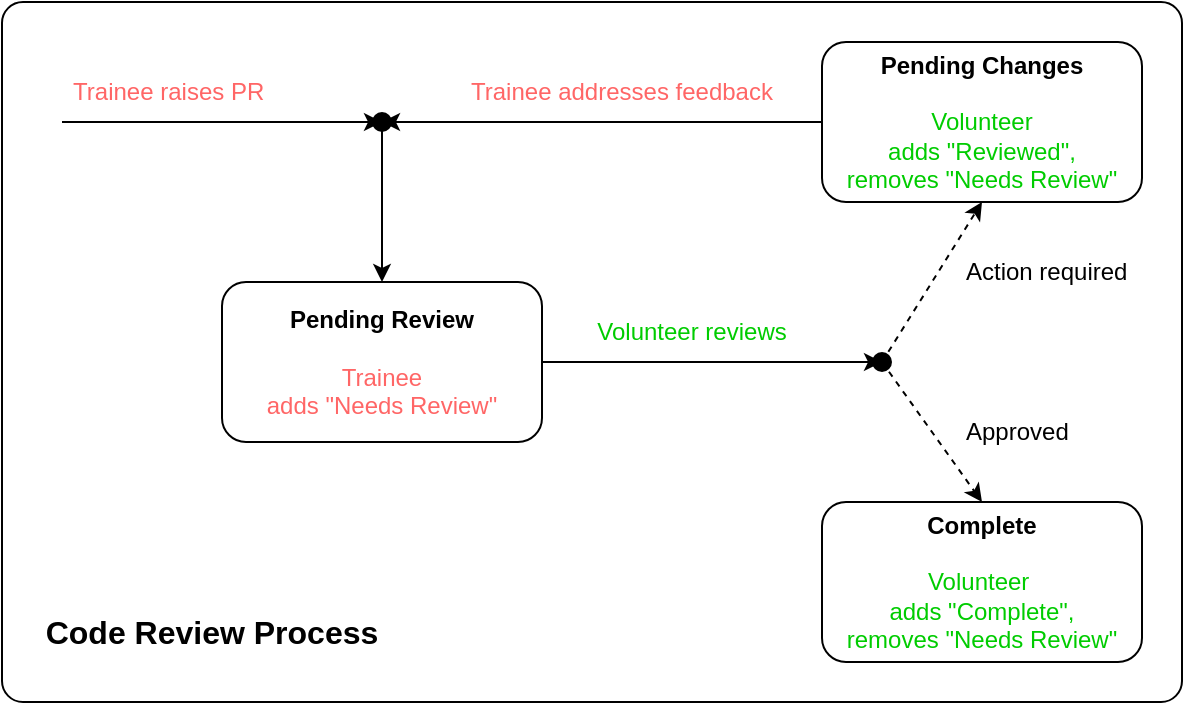
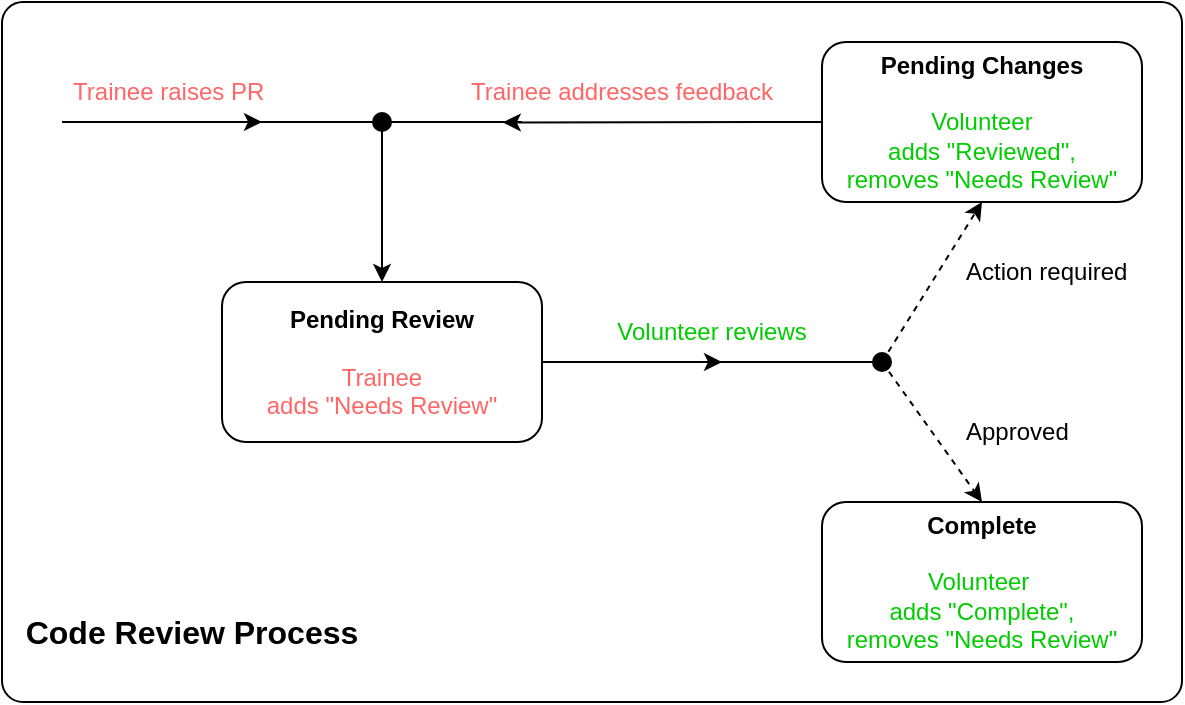
<mxfile host="app.diagrams.net">
  <diagram name="Page-1" id="8Y0jhFyZET13FULPlayK">
-     <mxGraphModel dx="1352" dy="791" grid="1" gridSize="10" guides="1" tooltips="1" connect="1" arrows="1" fold="1" page="1" pageScale="1" pageWidth="827" pageHeight="1169" math="0" shadow="0">
+     <mxGraphModel dx="932" dy="546" grid="1" gridSize="10" guides="1" tooltips="1" connect="1" arrows="1" fold="1" page="1" pageScale="1" pageWidth="827" pageHeight="1169" math="0" shadow="0">
      <root>
        <mxCell id="0" />
        <mxCell id="1" parent="0" />
        <mxCell id="gB5t9e8_fdN2MF5tykgO-50" parent="1" style="rounded=1;whiteSpace=wrap;html=1;fillColor=#FFFFFF;arcSize=3;strokeColor=#000000;" value="" vertex="1">
          <mxGeometry height="350" width="590" x="110" y="140" as="geometry" />
        </mxCell>
        <mxCell id="gB5t9e8_fdN2MF5tykgO-2" edge="1" parent="1" source="gB5t9e8_fdN2MF5tykgO-43" style="endArrow=classic;html=1;rounded=0;entryX=0.5;entryY=1;entryDx=0;entryDy=0;exitX=0.7;exitY=0.275;exitDx=0;exitDy=0;exitPerimeter=0;dashed=1;strokeWidth=1;fillColor=#f5f5f5;strokeColor=#000000;" target="gB5t9e8_fdN2MF5tykgO-16" value="">
          <mxGeometry height="50" relative="1" width="50" as="geometry">
            <mxPoint x="500" y="290" as="sourcePoint" />
            <mxPoint x="600" y="250" as="targetPoint" />
          </mxGeometry>
        </mxCell>
        <mxCell id="gB5t9e8_fdN2MF5tykgO-15" parent="1" style="rounded=1;whiteSpace=wrap;html=1;fillColor=none;strokeColor=#000000;" value="&lt;div&gt;&lt;b&gt;&lt;font style=&quot;color: rgb(0, 0, 0);&quot;&gt;Pending Review&lt;/font&gt;&lt;/b&gt;&lt;/div&gt;&lt;div&gt;&lt;b&gt;&lt;br&gt;&lt;/b&gt;&lt;/div&gt;&lt;div&gt;&lt;font style=&quot;color: rgb(255, 102, 102);&quot;&gt;Trainee&lt;/font&gt;&lt;/div&gt;&lt;div&gt;&lt;font style=&quot;color: rgb(255, 102, 102);&quot;&gt;&lt;font style=&quot;&quot;&gt;adds&amp;nbsp;&lt;span style=&quot;background-color: transparent;&quot;&gt;&quot;Needs Review&lt;/span&gt;&lt;/font&gt;&lt;span style=&quot;background-color: transparent;&quot;&gt;&quot;&lt;/span&gt;&lt;/font&gt;&lt;/div&gt;" vertex="1">
          <mxGeometry height="80" width="160" x="220" y="280" as="geometry" />
        </mxCell>
        <mxCell id="gB5t9e8_fdN2MF5tykgO-16" parent="1" style="rounded=1;whiteSpace=wrap;html=1;fillColor=none;strokeColor=#000000;" value="&lt;div&gt;&lt;b&gt;&lt;font style=&quot;color: rgb(0, 0, 0);&quot;&gt;Pending Changes&lt;/font&gt;&lt;/b&gt;&lt;/div&gt;&lt;div&gt;&lt;b&gt;&lt;br&gt;&lt;/b&gt;&lt;/div&gt;&lt;div&gt;&lt;span style=&quot;background-color: transparent;&quot;&gt;&lt;font style=&quot;color: rgb(0, 204, 0);&quot;&gt;Volunteer&lt;/font&gt;&lt;/span&gt;&lt;/div&gt;&lt;div&gt;&lt;span style=&quot;background-color: transparent;&quot;&gt;&lt;font style=&quot;color: rgb(0, 204, 0);&quot;&gt;adds &quot;Reviewed&quot;,&lt;/font&gt;&lt;/span&gt;&lt;/div&gt;&lt;div&gt;&lt;span style=&quot;background-color: transparent;&quot;&gt;&lt;font style=&quot;color: rgb(0, 204, 0);&quot;&gt;removes &quot;Needs Review&quot;&lt;/font&gt;&lt;/span&gt;&lt;/div&gt;" vertex="1">
          <mxGeometry height="80" width="160" x="520" y="160" as="geometry" />
        </mxCell>
        <mxCell id="gB5t9e8_fdN2MF5tykgO-17" parent="1" style="rounded=1;whiteSpace=wrap;html=1;strokeColor=#000000;fillColor=none;" value="&lt;b&gt;&lt;font style=&quot;color: rgb(0, 0, 0);&quot;&gt;Complete&lt;/font&gt;&lt;/b&gt;&lt;div&gt;&lt;b&gt;&lt;br&gt;&lt;/b&gt;&lt;div&gt;&lt;font style=&quot;color: rgb(0, 204, 0);&quot;&gt;Volunteer&amp;nbsp;&lt;/font&gt;&lt;/div&gt;&lt;div&gt;&lt;font style=&quot;color: rgb(0, 204, 0);&quot;&gt;adds &quot;Complete&quot;,&lt;/font&gt;&lt;/div&gt;&lt;div&gt;&lt;font style=&quot;color: rgb(0, 204, 0);&quot;&gt;removes &quot;Needs Review&quot;&lt;/font&gt;&lt;/div&gt;&lt;/div&gt;" vertex="1">
          <mxGeometry height="80" width="160" x="520" y="390" as="geometry" />
        </mxCell>
        <mxCell id="gB5t9e8_fdN2MF5tykgO-19" parent="1" style="text;html=1;whiteSpace=wrap;strokeColor=none;fillColor=none;align=center;verticalAlign=middle;rounded=0;" value="&lt;font style=&quot;color: rgb(255, 102, 102);&quot;&gt;Trainee addresses feedback&lt;/font&gt;" vertex="1">
          <mxGeometry height="30" width="180" x="330" y="170" as="geometry" />
        </mxCell>
        <mxCell id="gB5t9e8_fdN2MF5tykgO-20" parent="1" style="text;html=1;whiteSpace=wrap;strokeColor=none;fillColor=none;align=center;verticalAlign=middle;rounded=0;" value="&lt;font style=&quot;color: rgb(0, 204, 0);&quot;&gt;Volunteer reviews&lt;/font&gt;" vertex="1">
-           <mxGeometry height="30" width="110" x="400" y="290" as="geometry" />
+           <mxGeometry height="30" width="110" x="410" y="290" as="geometry" />
        </mxCell>
        <mxCell id="gB5t9e8_fdN2MF5tykgO-21" edge="1" parent="1" source="gB5t9e8_fdN2MF5tykgO-43" style="endArrow=classic;html=1;rounded=0;entryX=0.5;entryY=0;entryDx=0;entryDy=0;exitX=0.708;exitY=0.854;exitDx=0;exitDy=0;exitPerimeter=0;dashed=1;strokeColor=#000000;" target="gB5t9e8_fdN2MF5tykgO-17" value="">
          <mxGeometry height="50" relative="1" width="50" as="geometry">
            <mxPoint x="500" y="320" as="sourcePoint" />
            <mxPoint x="580" y="335" as="targetPoint" />
          </mxGeometry>
        </mxCell>
        <mxCell id="gB5t9e8_fdN2MF5tykgO-22" parent="1" style="text;html=1;whiteSpace=wrap;strokeColor=none;fillColor=none;align=center;verticalAlign=middle;rounded=0;" value="&lt;font style=&quot;color: rgb(255, 102, 102);&quot;&gt;Trainee raises PR&amp;nbsp;&lt;/font&gt;" vertex="1">
          <mxGeometry height="30" width="110" x="140" y="170" as="geometry" />
        </mxCell>
        <mxCell id="gB5t9e8_fdN2MF5tykgO-26" edge="1" parent="1" source="gB5t9e8_fdN2MF5tykgO-44" style="endArrow=classic;html=1;rounded=0;entryX=0.5;entryY=0;entryDx=0;entryDy=0;strokeColor=#000000;" target="gB5t9e8_fdN2MF5tykgO-15" value="">
          <mxGeometry height="50" relative="1" width="50" as="geometry">
            <mxPoint x="274" y="160" as="sourcePoint" />
            <mxPoint x="290" y="230" as="targetPoint" />
          </mxGeometry>
        </mxCell>
-         <mxCell id="gB5t9e8_fdN2MF5tykgO-27" edge="1" parent="1" source="gB5t9e8_fdN2MF5tykgO-16" style="endArrow=classic;html=1;rounded=0;exitX=0;exitY=0.5;exitDx=0;exitDy=0;entryX=0.833;entryY=0.458;entryDx=0;entryDy=0;entryPerimeter=0;strokeColor=#000000;" target="gB5t9e8_fdN2MF5tykgO-44" value="">
-           <mxGeometry height="50" relative="1" width="50" as="geometry">
-             <mxPoint x="510" y="200" as="sourcePoint" />
-             <mxPoint x="280" y="200" as="targetPoint" />
-           </mxGeometry>
-         </mxCell>
        <mxCell id="gB5t9e8_fdN2MF5tykgO-30" parent="1" style="text;html=1;whiteSpace=wrap;strokeColor=none;fillColor=none;align=left;verticalAlign=middle;rounded=0;" value="&lt;font style=&quot;color: rgb(0, 0, 0);&quot;&gt;Action required&lt;/font&gt;" vertex="1">
          <mxGeometry height="30" width="110" x="590" y="260" as="geometry" />
        </mxCell>
        <mxCell id="gB5t9e8_fdN2MF5tykgO-31" parent="1" style="text;html=1;whiteSpace=wrap;strokeColor=none;fillColor=none;align=left;verticalAlign=middle;rounded=0;" value="&lt;font style=&quot;color: rgb(0, 0, 0);&quot;&gt;Approved&lt;/font&gt;" vertex="1">
          <mxGeometry height="30" width="110" x="590" y="340" as="geometry" />
        </mxCell>
-         <mxCell id="gB5t9e8_fdN2MF5tykgO-32" edge="1" parent="1" source="gB5t9e8_fdN2MF5tykgO-15" style="endArrow=classic;html=1;rounded=0;exitX=1;exitY=0.5;exitDx=0;exitDy=0;entryX=0;entryY=0.775;entryDx=0;entryDy=0;entryPerimeter=0;strokeColor=#000000;" target="gB5t9e8_fdN2MF5tykgO-43" value="">
+         <mxCell id="gB5t9e8_fdN2MF5tykgO-32" edge="1" parent="1" source="gB5t9e8_fdN2MF5tykgO-15" style="endArrow=none;html=1;rounded=0;exitX=1;exitY=0.5;exitDx=0;exitDy=0;entryX=0;entryY=0.775;entryDx=0;entryDy=0;entryPerimeter=0;strokeColor=#000000;endFill=0;" target="gB5t9e8_fdN2MF5tykgO-43" value="">
          <mxGeometry height="50" relative="1" width="50" as="geometry">
            <mxPoint x="270" y="220" as="sourcePoint" />
            <mxPoint x="490" y="290" as="targetPoint" />
          </mxGeometry>
        </mxCell>
        <mxCell id="gB5t9e8_fdN2MF5tykgO-43" parent="1" style="shape=waypoint;sketch=0;fillStyle=solid;size=6;pointerEvents=1;points=[];resizable=0;rotatable=0;perimeter=centerPerimeter;snapToPoint=1;perimeterSpacing=2;strokeWidth=3;fillColor=#000000;strokeColor=#000000;" value="" vertex="1">
          <mxGeometry height="20" width="20" x="540" y="310" as="geometry" />
        </mxCell>
        <mxCell id="gB5t9e8_fdN2MF5tykgO-44" parent="1" style="shape=waypoint;sketch=0;fillStyle=solid;size=6;pointerEvents=1;points=[];resizable=0;rotatable=0;perimeter=centerPerimeter;snapToPoint=1;perimeterSpacing=2;strokeWidth=3;fillColor=#000000;strokeColor=#000000;" value="" vertex="1">
          <mxGeometry height="20" width="20" x="290" y="190" as="geometry" />
        </mxCell>
-         <mxCell id="gB5t9e8_fdN2MF5tykgO-47" edge="1" parent="1" source="gB5t9e8_fdN2MF5tykgO-22" style="endArrow=classic;html=1;rounded=0;entryX=0.917;entryY=0.917;entryDx=0;entryDy=0;entryPerimeter=0;strokeColor=#000000;exitX=0;exitY=1;exitDx=0;exitDy=0;" target="gB5t9e8_fdN2MF5tykgO-44" value="">
+         <mxCell id="gB5t9e8_fdN2MF5tykgO-48" parent="1" style="text;html=1;whiteSpace=wrap;strokeColor=none;fillColor=none;align=center;verticalAlign=middle;rounded=0;" value="&lt;div&gt;&lt;div&gt;&lt;font style=&quot;font-size: 16px; color: rgb(0, 0, 0);&quot;&gt;&lt;b style=&quot;&quot;&gt;Code Review Process&lt;/b&gt;&lt;/font&gt;&lt;/div&gt;&lt;/div&gt;" vertex="1">
+           <mxGeometry height="50" width="190" x="110" y="430" as="geometry" />
+         </mxCell>
+         <mxCell id="LYtpatyb4v2XN9I-0b_O-2" edge="1" parent="1" source="gB5t9e8_fdN2MF5tykgO-15" style="endArrow=classic;html=1;rounded=0;exitX=1;exitY=0.5;exitDx=0;exitDy=0;" value="">
          <mxGeometry height="50" relative="1" width="50" as="geometry">
-             <mxPoint x="160" y="200" as="sourcePoint" />
-             <mxPoint x="480" y="250" as="targetPoint" />
+             <mxPoint x="420" y="370" as="sourcePoint" />
+             <mxPoint x="470" y="320" as="targetPoint" />
          </mxGeometry>
        </mxCell>
-         <mxCell id="gB5t9e8_fdN2MF5tykgO-48" parent="1" style="text;html=1;whiteSpace=wrap;strokeColor=none;fillColor=none;align=center;verticalAlign=middle;rounded=0;" value="&lt;font style=&quot;font-size: 16px; color: rgb(0, 0, 0);&quot;&gt;&lt;b style=&quot;&quot;&gt;Code Review Process&lt;/b&gt;&lt;/font&gt;" vertex="1">
-           <mxGeometry height="30" width="190" x="120" y="440" as="geometry" />
+         <mxCell id="LYtpatyb4v2XN9I-0b_O-3" edge="1" parent="1" source="gB5t9e8_fdN2MF5tykgO-16" style="endArrow=classic;html=1;rounded=0;exitX=0;exitY=0.5;exitDx=0;exitDy=0;entryX=0.169;entryY=1.007;entryDx=0;entryDy=0;entryPerimeter=0;" target="gB5t9e8_fdN2MF5tykgO-19" value="">
+           <mxGeometry height="50" relative="1" width="50" as="geometry">
+             <mxPoint x="395" y="270" as="sourcePoint" />
+             <mxPoint x="370" y="230" as="targetPoint" />
+           </mxGeometry>
+         </mxCell>
+         <mxCell id="LYtpatyb4v2XN9I-0b_O-4" edge="1" parent="1" source="gB5t9e8_fdN2MF5tykgO-44" style="endArrow=none;html=1;rounded=0;exitX=0.948;exitY=0.882;exitDx=0;exitDy=0;exitPerimeter=0;" value="">
+           <mxGeometry height="50" relative="1" width="50" as="geometry">
+             <mxPoint x="360" y="260" as="sourcePoint" />
+             <mxPoint x="370" y="200" as="targetPoint" />
+           </mxGeometry>
+         </mxCell>
+         <mxCell id="LYtpatyb4v2XN9I-0b_O-5" edge="1" parent="1" style="endArrow=classic;html=1;rounded=0;" value="">
+           <mxGeometry height="50" relative="1" width="50" as="geometry">
+             <mxPoint x="140" y="200" as="sourcePoint" />
+             <mxPoint x="240" y="200" as="targetPoint" />
+           </mxGeometry>
+         </mxCell>
+         <mxCell id="LYtpatyb4v2XN9I-0b_O-6" edge="1" parent="1" style="endArrow=none;html=1;rounded=0;" target="gB5t9e8_fdN2MF5tykgO-44" value="">
+           <mxGeometry height="50" relative="1" width="50" as="geometry">
+             <mxPoint x="220" y="200" as="sourcePoint" />
+             <mxPoint x="260" y="220" as="targetPoint" />
+           </mxGeometry>
        </mxCell>
      </root>
    </mxGraphModel>
  </diagram>
</mxfile>
